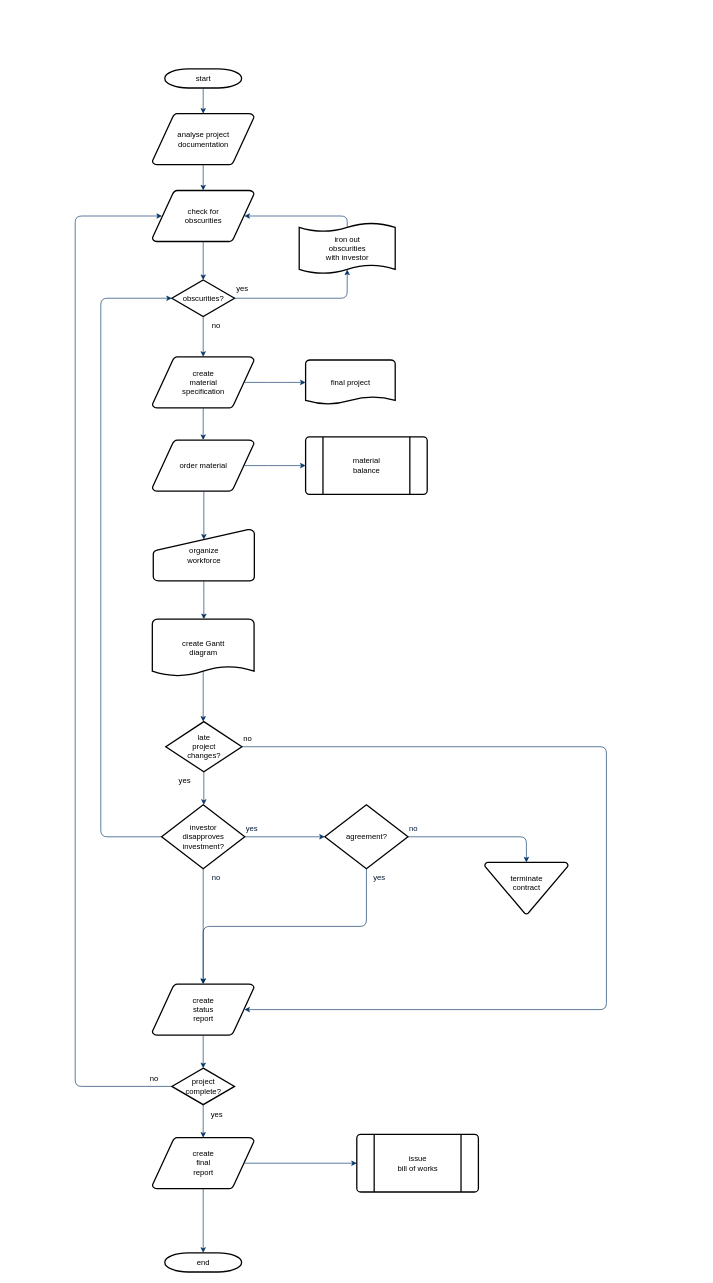
xudale/blog keeps this draw.io diagram as assets/Untitled Diagram.drawio. Above is the earlier version. Source tidied: cells renumbered, new cells numbered last; positions are measured from the earlier drawing's top-left corner, leaving out a move shared by most shapes. Both pictures are drawn from the tidied source at 64%, with x=0, y=0 at pixel (75, 68).
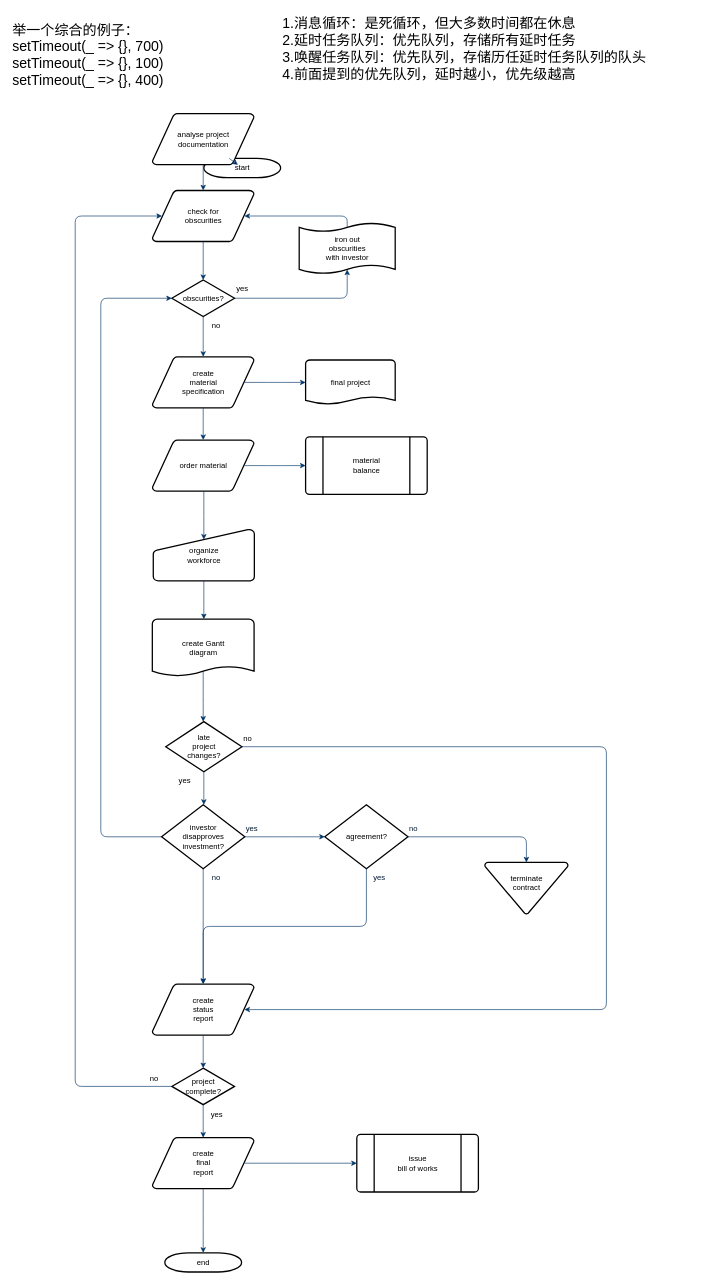
The same diagram, later.

What changed in the source:
```diff
@@
     <mxCell id="2" value="start" style="shape=mxgraph.flowchart.terminator;strokeWidth=2;gradientColor=none;gradientDirection=north;fontStyle=0;html=1;" parent="1" vertex="1">
-      <mxGeometry x="140" width="120" height="30" as="geometry" />
+      <mxGeometry x="201" y="140" width="120" height="30" as="geometry" />
     </mxCell>
@@
+    <mxCell id="56" value="举一个综合的例子：&lt;br&gt;setTimeout(_ =&amp;gt; {}, 700)&lt;br&gt;setTimeout(_ =&amp;gt; {}, 100)&lt;br&gt;setTimeout(_ =&amp;gt; {}, 400)" style="text;html=1;strokeColor=none;fillColor=none;align=left;verticalAlign=top;whiteSpace=wrap;rounded=0;strokeWidth=5;perimeterSpacing=1;fontSize=22;horizontal=1;" parent="1" vertex="1">
+      <mxGeometry x="-100" y="-80" width="290" height="120" as="geometry" />
+    </mxCell>
+    <mxCell id="57" value="1.消息循环：是死循环，但大多数时间都在休息&lt;br&gt;2.延时任务队列：优先队列，存储所有延时任务&lt;br&gt;3.唤醒任务队列：优先队列，存储历任延时任务队列的队头&lt;br&gt;4.前面提到的优先队列，延时越小，优先级越高" style="text;html=1;strokeColor=none;fillColor=none;align=left;verticalAlign=top;whiteSpace=wrap;rounded=0;strokeWidth=5;perimeterSpacing=1;fontSize=22;horizontal=1;" parent="1" vertex="1">
+      <mxGeometry x="322" y="-90" width="658" height="120" as="geometry" />
+    </mxCell>
```
